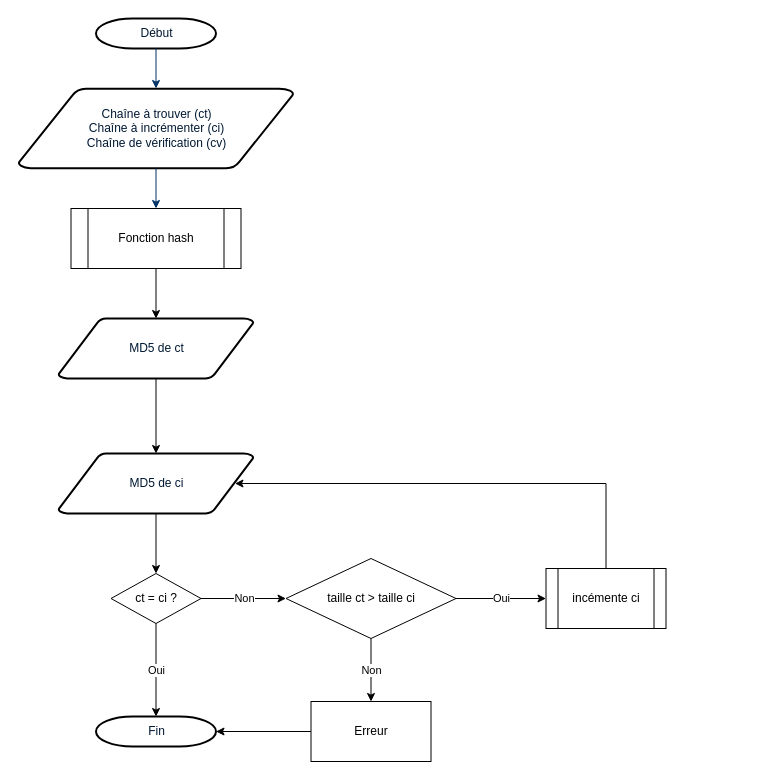
The draw.io diagram algo/AlgoSequentielMain.drawio in valdn/Projet-Brute-Force-MD5, before the edit. Source tidied: cells renumbered, new cells numbered last; positions are measured from the earlier drawing's top-left corner, leaving out a move shared by most shapes. Both pictures are drawn from the tidied source at 100%, with x=0, y=0 at pixel (18, 18).
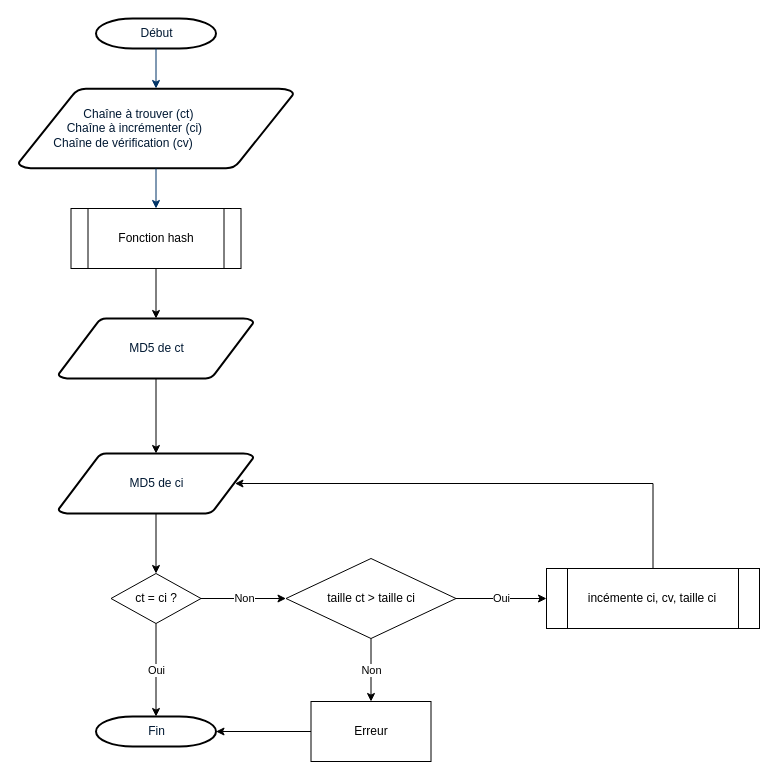
The same diagram, later.

Commit message (it also covers changes not shown here):
Added inc algo and modified main algo

The change refers to these unchanged cells:
```xml
<mxCell id="19" value="&lt;div&gt;MD5 de ci&lt;/div&gt;" style="shape=mxgraph.flowchart.data;fillColor=#FFFFFF;strokeColor=#000000;strokeWidth=2;gradientColor=none;gradientDirection=north;fontColor=#001933;fontStyle=0;html=1;align=center;" parent="1" vertex="1">
  <mxGeometry x="40" y="435" width="195" height="60" as="geometry" />
</mxCell>
```

What changed in the source:
```diff
@@
-    <mxCell id="3" value="&lt;div align=&quot;center&quot;&gt;Chaîne à trouver (ct)&lt;br&gt;&lt;/div&gt;&lt;div&gt;Chaîne à incrémenter (ci)&lt;br&gt;&lt;/div&gt;Chaîne de vérification (cv)" style="shape=mxgraph.flowchart.data;fillColor=#FFFFFF;strokeColor=#000000;strokeWidth=2;gradientColor=none;gradientDirection=north;fontColor=#001933;fontStyle=0;html=1;align=center;" parent="1" vertex="1">
+    <mxCell id="3" value="&amp;nbsp;&amp;nbsp;&amp;nbsp;&amp;nbsp;&amp;nbsp;&amp;nbsp;&amp;nbsp;&amp;nbsp;&amp;nbsp;&amp;nbsp;&amp;nbsp;&amp;nbsp;&amp;nbsp;&amp;nbsp;&amp;nbsp;&amp;nbsp;&amp;nbsp;&amp;nbsp; Chaîne à trouver (ct)&lt;br&gt;&lt;div&gt;&amp;nbsp;&amp;nbsp;&amp;nbsp;&amp;nbsp;&amp;nbsp;&amp;nbsp;&amp;nbsp;&amp;nbsp;&amp;nbsp;&amp;nbsp;&amp;nbsp;&amp;nbsp;&amp;nbsp; Chaîne à incrémenter (ci)&lt;br&gt;&lt;/div&gt;&amp;nbsp;&amp;nbsp;&amp;nbsp;&amp;nbsp;&amp;nbsp;&amp;nbsp;&amp;nbsp;&amp;nbsp;&amp;nbsp; Chaîne de vérification (cv)" style="shape=mxgraph.flowchart.data;fillColor=#FFFFFF;strokeColor=#000000;strokeWidth=2;gradientColor=none;gradientDirection=north;fontColor=#001933;fontStyle=0;html=1;align=left;" parent="1" vertex="1">
       <mxGeometry y="70" width="275" height="80" as="geometry" />
     </mxCell>
@@
     <mxCell id="16" style="edgeStyle=orthogonalEdgeStyle;rounded=0;jettySize=auto;html=1;exitX=0.5;exitY=0;exitDx=0;exitDy=0;entryX=0.905;entryY=0.5;entryDx=0;entryDy=0;entryPerimeter=0;" parent="1" edge="1" source="17" target="19">
       <mxGeometry relative="1" as="geometry">
         <Array as="points">
-          <mxPoint x="587.5" y="465" />
+          <mxPoint x="635" y="465" />
         </Array>
       </mxGeometry>
     </mxCell>
-    <mxCell id="17" value="incémente ci" style="shape=process;whiteSpace=wrap;html=1;backgroundOutline=1;" parent="1" vertex="1">
-      <mxGeometry x="527.5" y="550" width="120" height="60" as="geometry" />
+    <mxCell id="17" value="incémente ci, cv, taille ci" style="shape=process;whiteSpace=wrap;html=1;backgroundOutline=1;" parent="1" vertex="1">
+      <mxGeometry x="528" y="550" width="213" height="60" as="geometry" />
     </mxCell>
```
